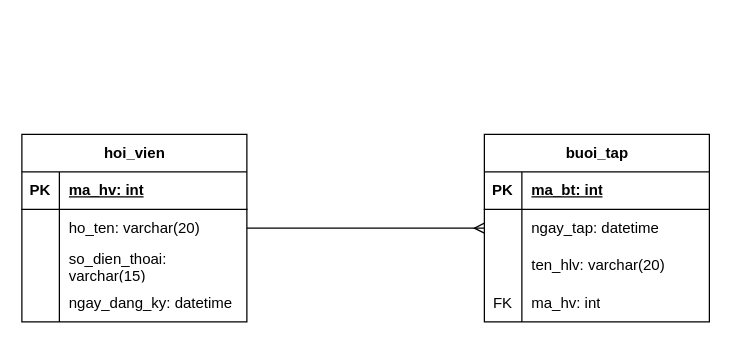
The draw.io diagram bai1.drawio in ducmanht6/TranDucManh_B25DTCN252_IT105-K25_Session16_BT1, before the edit. Source tidied: cells renumbered, new cells numbered last; positions are measured from the earlier drawing's top-left corner, leaving out a move shared by most shapes. Both pictures are drawn from the tidied source at 125%, with x=0, y=0 at pixel (21, 134).
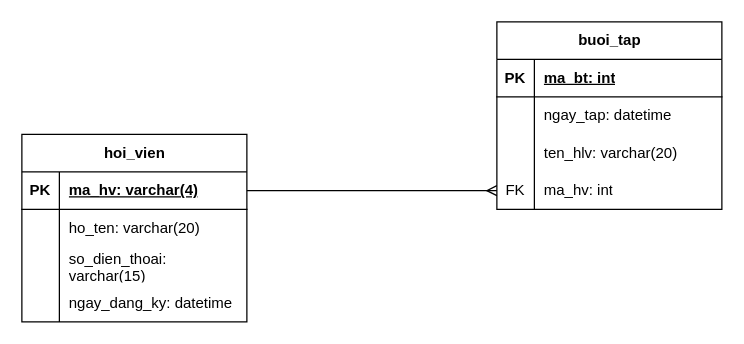
The same page after the edit.

The change refers to these unchanged cells:
```xml
<mxCell id="3" value="hoi_vien" style="shape=table;startSize=30;childLayout=tableLayout;rowLines=0;fontStyle=1;align=center;html=1;" parent="1" vertex="1">
  <mxGeometry width="180" height="150" as="geometry" />
</mxCell>
<mxCell id="4" style="shape=tableRow;horizontal=0;startSize=0;swimlaneHead=0;swimlaneBody=0;fillColor=none;points=[[0,0.5],[1,0.5]];portConstraint=eastwest;top=0;left=0;right=0;bottom=1;" parent="3" vertex="1">
  <mxGeometry y="30" width="180" height="30" as="geometry" />
</mxCell>
<mxCell id="20" style="shape=tableRow;horizontal=0;startSize=0;swimlaneHead=0;swimlaneBody=0;fillColor=none;points=[[0,0.5],[1,0.5]];portConstraint=eastwest;top=0;left=0;right=0;bottom=0;" parent="16" vertex="1">
  <mxGeometry y="60" width="180" height="30" as="geometry" />
</mxCell>
<mxCell id="26" style="shape=tableRow;horizontal=0;startSize=0;swimlaneHead=0;swimlaneBody=0;fillColor=none;points=[[0,0.5],[1,0.5]];portConstraint=eastwest;top=0;left=0;right=0;bottom=0;" parent="16" vertex="1">
  <mxGeometry y="120" width="180" height="30" as="geometry" />
</mxCell>
```

What changed in the source:
```diff
@@
-    <mxCell id="2" style="edgeStyle=orthogonalEdgeStyle;rounded=0;jettySize=auto;html=1;endArrow=ERmany;endFill=0;" parent="1" edge="1" source="3" target="20">
-      <mxGeometry relative="1" as="geometry" />
-    </mxCell>
@@
-    <mxCell id="6" value="ma_hv: int" style="shape=partialRectangle;fillColor=none;top=0;left=0;bottom=0;right=0;align=left;spacingLeft=6;fontStyle=5;overflow=hidden;whiteSpace=wrap;html=1;" parent="4" vertex="1">
+    <mxCell id="6" value="ma_hv: varchar(4)" style="shape=partialRectangle;fillColor=none;top=0;left=0;bottom=0;right=0;align=left;spacingLeft=6;fontStyle=5;overflow=hidden;whiteSpace=wrap;html=1;" parent="4" vertex="1">
       <mxGeometry x="30" width="150" height="30" as="geometry" />
     </mxCell>
@@
     <mxCell id="16" value="buoi_tap" style="shape=table;startSize=30;childLayout=tableLayout;rowLines=0;fontStyle=1;align=center;html=1;" parent="1" vertex="1">
-      <mxGeometry x="370" width="180" height="150" as="geometry" />
+      <mxGeometry x="380" y="-90" width="180" height="150" as="geometry" />
     </mxCell>
@@
+    <mxCell id="29" style="edgeStyle=orthogonalEdgeStyle;rounded=0;jettySize=auto;html=1;entryX=1;entryY=0.5;entryDx=0;entryDy=0;endArrow=none;endFill=0;startArrow=ERmany;startFill=0;" parent="1" edge="1" source="26" target="4">
+      <mxGeometry relative="1" as="geometry" />
+    </mxCell>
```
